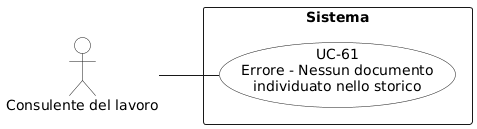
Before: RTB/Analisi dei Requisiti/diagrammi_use_case/UC-61.png, a diagram exported from PlantUML (aLittleByte-19/Documentazione).
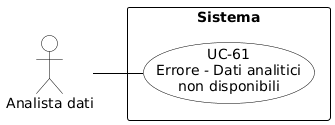
After the change.

Diff of the diagram source:
```diff
@@ -1,14 +1,29 @@
 @startuml
+skinparam shadowing false
+skinparam defaultFontName Arial
 left to right direction
-skinparam packageStyle rectangle
-skinparam usecaseBackgroundColor White
-skinparam actorBackgroundColor White
+skinparam nodesep 15
+skinparam ranksep 50
 
-actor "Consulente del lavoro" as consulente
+skinparam usecase {
+    BackgroundColor white
+    BorderColor black
+    ArrowColor black
+}
+skinparam actor {
+    BackgroundColor white
+    BorderColor black
+}
+skinparam rectangle {
+    BorderColor black
+    FontStyle bold
+}
+
+actor "Analista dati" as analista
 
 rectangle "Sistema" {
-  usecase "UC-61\nErrore - Nessun documento\nindividuato nello storico" as uc61
+    usecase "UC-61\nErrore - Dati analitici\nnon disponibili" as UC61
 }
 
-consulente -- uc61
+analista -- UC61
 @enduml
```
